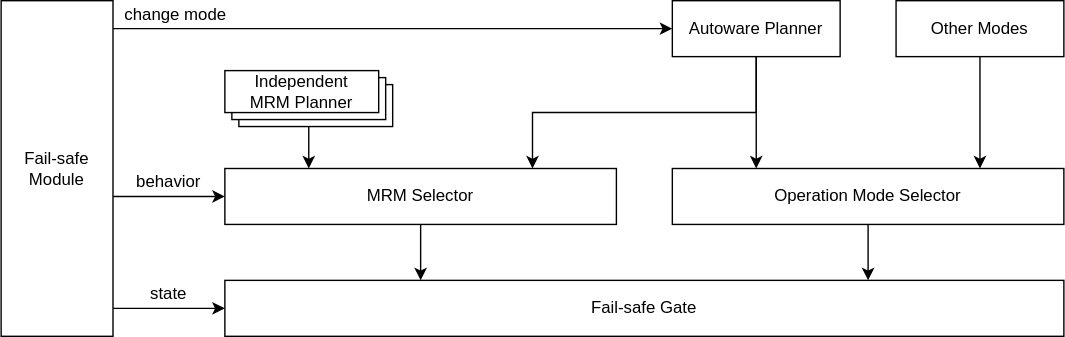
Before: docs/design/autoware-interfaces/ad-api/features/fail-safe/architecture.drawio.svg, a diagram exported from draw.io (autowarefoundation/autoware-documentation). Source tidied: cells renumbered, new cells last; positions are measured from the earlier drawing's top-left corner, leaving out a move shared by most shapes.
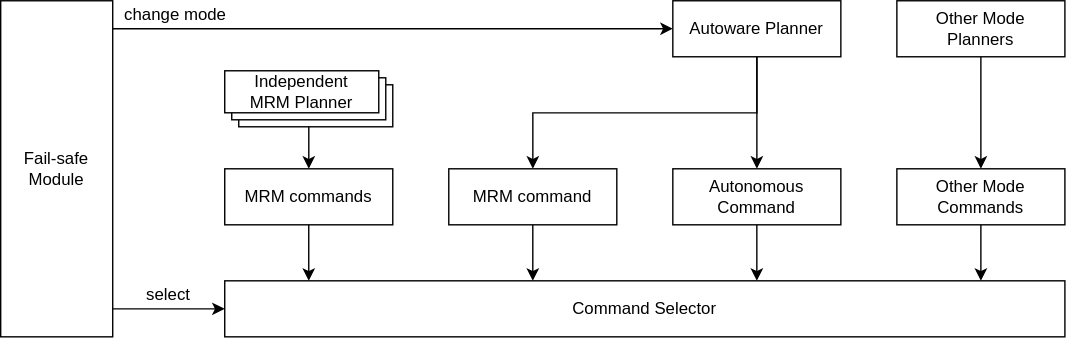
After the change.

The edit, as a diff of the source:
```diff
@@ -2,8 +2,9 @@
   <root>
     <mxCell id="0" />
     <mxCell id="1" parent="0" />
-    <mxCell id="2" style="edgeStyle=orthogonalEdgeStyle;rounded=0;html=1;" parent="1" edge="1" source="4" target="7">
+    <mxCell id="2" style="edgeStyle=orthogonalEdgeStyle;rounded=0;html=1;" parent="1" edge="1" source="4">
       <mxGeometry relative="1" as="geometry">
+        <mxPoint x="380" y="120" as="targetPoint" />
         <Array as="points">
           <mxPoint x="540" y="80" />
           <mxPoint x="380" y="80" />
@@ -21,44 +22,29 @@
     <mxCell id="4" value="Autoware Planner" style="rounded=0;whiteSpace=wrap;html=1;" parent="1" vertex="1">
       <mxGeometry x="480" width="120" height="40" as="geometry" />
     </mxCell>
-    <mxCell id="5" value="Fail-safe Gate" style="rounded=0;whiteSpace=wrap;html=1;" parent="1" vertex="1">
+    <mxCell id="5" value="Command Selector" style="rounded=0;whiteSpace=wrap;html=1;" parent="1" vertex="1">
       <mxGeometry x="160" y="200" width="600" height="40" as="geometry" />
     </mxCell>
-    <mxCell id="6" style="edgeStyle=orthogonalEdgeStyle;rounded=0;html=1;" parent="1" edge="1" source="7" target="5">
-      <mxGeometry relative="1" as="geometry">
-        <Array as="points">
-          <mxPoint x="300" y="200" />
-          <mxPoint x="300" y="200" />
-        </Array>
-      </mxGeometry>
-    </mxCell>
-    <mxCell id="7" value="MRM Selector" style="rounded=0;whiteSpace=wrap;html=1;" parent="1" vertex="1">
-      <mxGeometry x="160" y="120" width="280" height="40" as="geometry" />
-    </mxCell>
-    <mxCell id="8" style="edgeStyle=orthogonalEdgeStyle;rounded=0;html=1;" parent="1" edge="1" source="9" target="5">
+    <mxCell id="8" style="edgeStyle=orthogonalEdgeStyle;shape=connector;rounded=1;html=1;strokeColor=default;align=center;verticalAlign=middle;fontFamily=Helvetica;fontSize=11;fontColor=default;labelBackgroundColor=default;endArrow=classic;" parent="1" edge="1" source="9" target="5">
       <mxGeometry relative="1" as="geometry">
         <Array as="points">
-          <mxPoint x="620" y="190" />
-          <mxPoint x="620" y="190" />
+          <mxPoint x="540" y="200" />
+          <mxPoint x="540" y="200" />
         </Array>
       </mxGeometry>
     </mxCell>
-    <mxCell id="9" value="Operation Mode Selector" style="rounded=0;whiteSpace=wrap;html=1;" parent="1" vertex="1">
-      <mxGeometry x="480" y="120" width="280" height="40" as="geometry" />
+    <mxCell id="9" value="Autonomous Command" style="rounded=0;whiteSpace=wrap;html=1;" parent="1" vertex="1">
+      <mxGeometry x="480" y="120" width="120" height="40" as="geometry" />
     </mxCell>
-    <mxCell id="10" style="edgeStyle=orthogonalEdgeStyle;rounded=0;html=1;" parent="1" edge="1" source="11" target="9">
-      <mxGeometry relative="1" as="geometry">
-        <Array as="points">
-          <mxPoint x="700" y="90" />
-          <mxPoint x="700" y="90" />
-        </Array>
-      </mxGeometry>
-    </mxCell>
+    <mxCell id="24" style="edgeStyle=none;html=1;" parent="1" edge="1" source="11" target="30">
+      <mxGeometry relative="1" as="geometry" />
+    </mxCell>
-    <mxCell id="11" value="Other Modes" style="rounded=0;whiteSpace=wrap;html=1;" parent="1" vertex="1">
+    <mxCell id="11" value="Other Mode&lt;div&gt;Planners&lt;/div&gt;" style="rounded=0;whiteSpace=wrap;html=1;" parent="1" vertex="1">
       <mxGeometry x="640" width="120" height="40" as="geometry" />
     </mxCell>
-    <mxCell id="12" style="edgeStyle=orthogonalEdgeStyle;rounded=0;html=1;" parent="1" edge="1" source="22" target="7">
+    <mxCell id="12" style="edgeStyle=orthogonalEdgeStyle;rounded=0;html=1;" parent="1" edge="1" source="22">
       <mxGeometry relative="1" as="geometry">
+        <mxPoint x="220" y="120" as="targetPoint" />
         <Array as="points">
           <mxPoint x="220" y="100" />
           <mxPoint x="220" y="100" />
@@ -73,14 +59,6 @@
         </Array>
       </mxGeometry>
     </mxCell>
-    <mxCell id="14" style="edgeStyle=orthogonalEdgeStyle;rounded=0;html=1;" parent="1" edge="1" source="16" target="7">
-      <mxGeometry relative="1" as="geometry">
-        <Array as="points">
-          <mxPoint x="100" y="140" />
-          <mxPoint x="100" y="140" />
-        </Array>
-      </mxGeometry>
-    </mxCell>
     <mxCell id="15" style="edgeStyle=orthogonalEdgeStyle;rounded=0;html=1;" parent="1" edge="1" source="16" target="5">
       <mxGeometry relative="1" as="geometry">
         <Array as="points">
@@ -92,12 +70,9 @@
     <mxCell id="16" value="Fail-safe&lt;br&gt;Module" style="rounded=0;whiteSpace=wrap;html=1;" parent="1" vertex="1">
       <mxGeometry width="80" height="240" as="geometry" />
     </mxCell>
-    <mxCell id="17" value="state" style="text;html=1;strokeColor=none;fillColor=none;align=center;verticalAlign=middle;whiteSpace=wrap;rounded=0;" parent="1" vertex="1">
+    <mxCell id="17" value="select" style="text;html=1;strokeColor=none;fillColor=none;align=center;verticalAlign=middle;whiteSpace=wrap;rounded=0;" parent="1" vertex="1">
       <mxGeometry x="80" y="200" width="80" height="20" as="geometry" />
     </mxCell>
-    <mxCell id="18" value="behavior" style="text;html=1;strokeColor=none;fillColor=none;align=center;verticalAlign=middle;whiteSpace=wrap;rounded=0;" parent="1" vertex="1">
-      <mxGeometry x="80" y="120" width="80" height="20" as="geometry" />
-    </mxCell>
     <mxCell id="19" value="change mode" style="text;html=1;strokeColor=none;fillColor=none;align=center;verticalAlign=middle;whiteSpace=wrap;rounded=0;" parent="1" vertex="1">
       <mxGeometry x="80" width="90" height="20" as="geometry" />
     </mxCell>
@@ -113,5 +88,38 @@
     <mxCell id="23" value="Independent&lt;br&gt;MRM Planner" style="rounded=0;whiteSpace=wrap;html=1;" parent="20" vertex="1">
       <mxGeometry width="110" height="30" as="geometry" />
     </mxCell>
+    <mxCell id="25" style="edgeStyle=orthogonalEdgeStyle;html=1;" parent="1" edge="1" source="26" target="5">
+      <mxGeometry relative="1" as="geometry">
+        <Array as="points">
+          <mxPoint x="220" y="200" />
+          <mxPoint x="220" y="200" />
+        </Array>
+      </mxGeometry>
+    </mxCell>
+    <mxCell id="26" value="MRM commands" style="rounded=0;whiteSpace=wrap;html=1;" parent="1" vertex="1">
+      <mxGeometry x="160" y="120" width="120" height="40" as="geometry" />
+    </mxCell>
+    <mxCell id="27" style="edgeStyle=orthogonalEdgeStyle;shape=connector;rounded=1;html=1;strokeColor=default;align=center;verticalAlign=middle;fontFamily=Helvetica;fontSize=11;fontColor=default;labelBackgroundColor=default;endArrow=classic;" parent="1" edge="1" source="28" target="5">
+      <mxGeometry relative="1" as="geometry">
+        <Array as="points">
+          <mxPoint x="380" y="200" />
+          <mxPoint x="380" y="200" />
+        </Array>
+      </mxGeometry>
+    </mxCell>
+    <mxCell id="28" value="MRM command" style="rounded=0;whiteSpace=wrap;html=1;" parent="1" vertex="1">
+      <mxGeometry x="320" y="120" width="120" height="40" as="geometry" />
+    </mxCell>
+    <mxCell id="29" style="edgeStyle=orthogonalEdgeStyle;shape=connector;rounded=1;html=1;strokeColor=default;align=center;verticalAlign=middle;fontFamily=Helvetica;fontSize=11;fontColor=default;labelBackgroundColor=default;endArrow=classic;" parent="1" edge="1" source="30" target="5">
+      <mxGeometry relative="1" as="geometry">
+        <Array as="points">
+          <mxPoint x="700" y="210" />
+          <mxPoint x="700" y="210" />
+        </Array>
+      </mxGeometry>
+    </mxCell>
+    <mxCell id="30" value="&lt;span style=&quot;color: rgb(0, 0, 0);&quot;&gt;Other Mode&lt;/span&gt;&lt;div&gt;&lt;font color=&quot;#000000&quot;&gt;Commands&lt;/font&gt;&lt;/div&gt;" style="rounded=0;whiteSpace=wrap;html=1;" parent="1" vertex="1">
+      <mxGeometry x="640" y="120" width="120" height="40" as="geometry" />
+    </mxCell>
   </root>
 </mxGraphModel>
```
